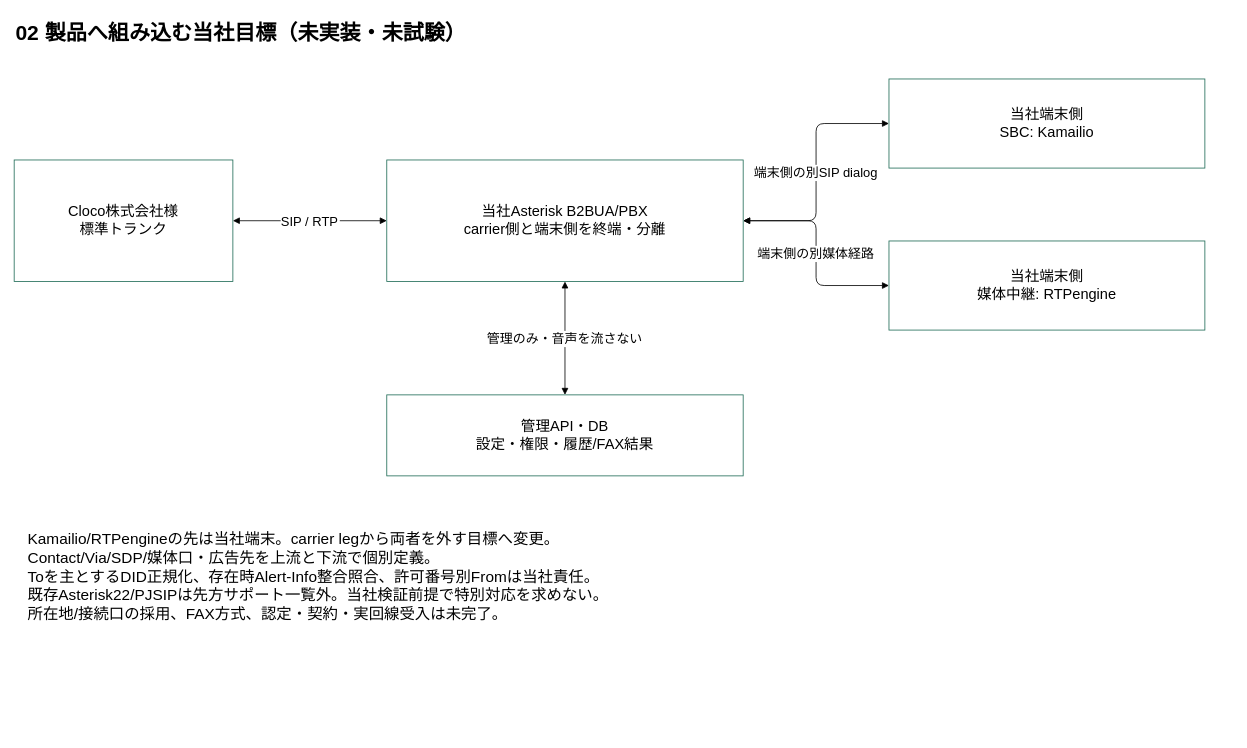
HirotsuguMatsumoto/anshin-phone-infra keeps this draw.io diagram as page "02 製品へ組み込む当社目標（実回線未受入）" (2 of 2) of docs/specs/telephony-platform/cloco-anshin-phone-end-to-end.drawio. Above is the earlier version. Source tidied: cells renumbered, new cells numbered last; positions are measured from the earlier drawing's top-left corner, leaving out a move shared by most shapes. Both pictures are drawn from the tidied source at 81%, with x=0, y=0 at pixel (14, 14).
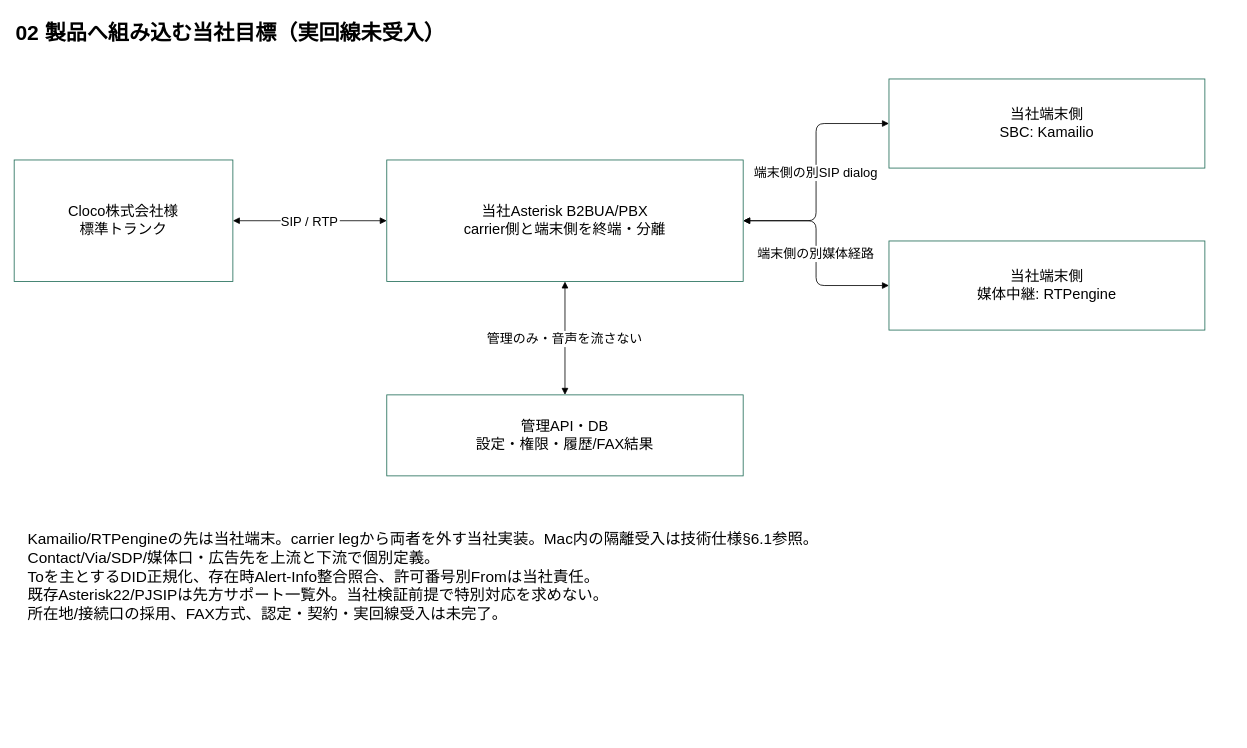
After the change.

The edit, as a diff of the source:
```diff
@@
 <mxGraphModel>
   <root>
     <mxCell id="0" />
     <mxCell id="1" parent="0" />
-    <mxCell id="2" value="02 製品へ組み込む当社目標（未実装・未試験）" style="text;html=0;align=left;fontSize=26;fontStyle=1;" parent="1" vertex="1">
+    <mxCell id="2" value="02 製品へ組み込む当社目標（実回線未受入）" style="text;html=0;align=left;fontSize=26;fontStyle=1;" parent="1" vertex="1">
       <mxGeometry width="1500" height="70" as="geometry" />
     </mxCell>
     <mxCell id="3" value="Cloco株式会社様&#10;標準トランク" style="rounded=0;whiteSpace=wrap;html=0;fontSize=18;fillColor=#FFFFFF;strokeColor=#1F6B56;" parent="1" vertex="1">
       <mxGeometry y="180" width="270" height="150" as="geometry" />
     </mxCell>
     <mxCell id="4" value="当社Asterisk B2BUA/PBX&#10;carrier側と端末側を終端・分離" style="rounded=0;whiteSpace=wrap;html=0;fontSize=18;fillColor=#FFFFFF;strokeColor=#1F6B56;" parent="1" vertex="1">
       <mxGeometry x="460" y="180" width="440" height="150" as="geometry" />
     </mxCell>
     <mxCell id="5" value="当社端末側&#10;SBC: Kamailio" style="rounded=0;whiteSpace=wrap;html=0;fontSize=18;fillColor=#FFFFFF;strokeColor=#1F6B56;" parent="1" vertex="1">
       <mxGeometry x="1080" y="80" width="390" height="110" as="geometry" />
     </mxCell>
     <mxCell id="6" value="当社端末側&#10;媒体中継: RTPengine" style="rounded=0;whiteSpace=wrap;html=0;fontSize=18;fillColor=#FFFFFF;strokeColor=#1F6B56;" parent="1" vertex="1">
       <mxGeometry x="1080" y="280" width="390" height="110" as="geometry" />
     </mxCell>
     <mxCell id="7" value="管理API・DB&#10;設定・権限・履歴/FAX結果" style="rounded=0;whiteSpace=wrap;html=0;fontSize=18;fillColor=#FFFFFF;strokeColor=#1F6B56;" parent="1" vertex="1">
       <mxGeometry x="460" y="470" width="440" height="100" as="geometry" />
     </mxCell>
     <mxCell id="8" value="SIP / RTP" style="edgeStyle=orthogonalEdgeStyle;html=0;endArrow=block;startArrow=block;fontSize=16;" parent="1" edge="1" source="3" target="4">
       <mxGeometry relative="1" as="geometry" />
     </mxCell>
     <mxCell id="9" value="端末側の別SIP dialog" style="edgeStyle=orthogonalEdgeStyle;html=0;endArrow=block;startArrow=block;fontSize=16;" parent="1" edge="1" source="4" target="5">
       <mxGeometry relative="1" as="geometry" />
     </mxCell>
     <mxCell id="10" value="端末側の別媒体経路" style="edgeStyle=orthogonalEdgeStyle;html=0;endArrow=block;startArrow=block;fontSize=16;" parent="1" edge="1" source="4" target="6">
       <mxGeometry relative="1" as="geometry" />
     </mxCell>
     <mxCell id="11" value="管理のみ・音声を流さない" style="edgeStyle=orthogonalEdgeStyle;html=0;endArrow=block;startArrow=block;fontSize=16;" parent="1" edge="1" source="4" target="7">
       <mxGeometry relative="1" as="geometry" />
     </mxCell>
-    <mxCell id="12" value="Kamailio/RTPengineの先は当社端末。carrier legから両者を外す目標へ変更。&#10;Contact/Via/SDP/媒体口・広告先を上流と下流で個別定義。&#10;Toを主とするDID正規化、存在時Alert-Info整合照合、許可番号別Fromは当社責任。&#10;既存Asterisk22/PJSIPは先方サポート一覧外。当社検証前提で特別対応を求めない。&#10;所在地/接続口の採用、FAX方式、認定・契約・実回線受入は未完了。" style="text;html=0;align=left;verticalAlign=top;fontSize=19;" parent="1" vertex="1">
+    <mxCell id="12" value="Kamailio/RTPengineの先は当社端末。carrier legから両者を外す当社実装。Mac内の隔離受入は技術仕様§6.1参照。&#10;Contact/Via/SDP/媒体口・広告先を上流と下流で個別定義。&#10;Toを主とするDID正規化、存在時Alert-Info整合照合、許可番号別Fromは当社責任。&#10;既存Asterisk22/PJSIPは先方サポート一覧外。当社検証前提で特別対応を求めない。&#10;所在地/接続口の採用、FAX方式、認定・契約・実回線受入は未完了。" style="text;html=0;align=left;verticalAlign=top;fontSize=19;" parent="1" vertex="1">
       <mxGeometry x="15" y="630" width="1490" height="260" as="geometry" />
     </mxCell>
   </root>
 </mxGraphModel>
```
